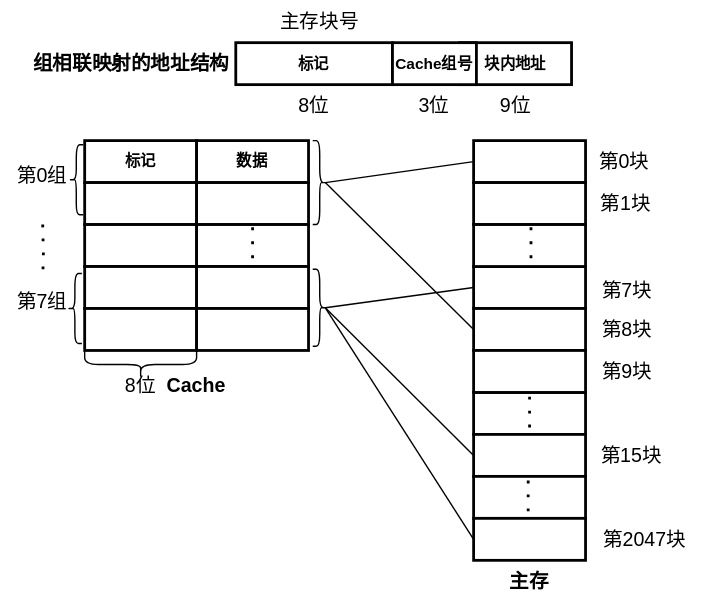
The draw.io diagram pictures/计算机组成原理-Cache-主存的组相联映射方式.drawio.svg in creatern/NoteBook, before a commit. Source tidied: cells renumbered, new cells last; positions are measured from the earlier drawing's top-left corner, leaving out a move shared by most shapes.
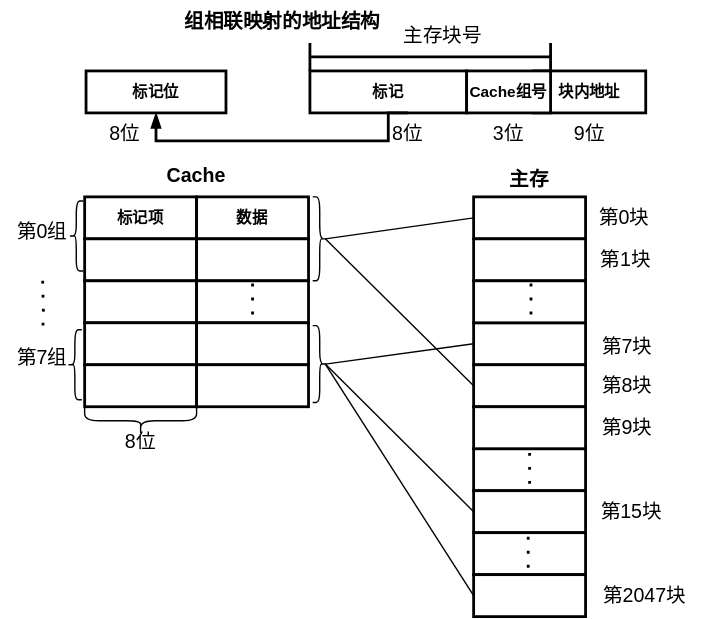
The same diagram one commit later.

Diff of the diagram source:
```diff
@@ -3,15 +3,15 @@
     <mxCell id="0" />
     <mxCell id="1" parent="0" />
     <mxCell id="2" value="标记" style="rounded=0;whiteSpace=wrap;html=1;fontFamily=Helvetica;fontSize=11;fontColor=default;fontStyle=1;strokeWidth=2;" parent="1" vertex="1">
-      <mxGeometry x="168" y="30" width="112" height="30" as="geometry" />
+      <mxGeometry x="221" y="10" width="112" height="30" as="geometry" />
     </mxCell>
     <mxCell id="3" value="块内地址" style="rounded=0;whiteSpace=wrap;html=1;fontFamily=Helvetica;fontSize=11;fontColor=default;fontStyle=1;strokeWidth=2;" parent="1" vertex="1">
-      <mxGeometry x="328" y="30" width="80" height="30" as="geometry" />
+      <mxGeometry x="381" y="10" width="80" height="30" as="geometry" />
     </mxCell>
     <mxCell id="4" value="&lt;b style=&quot;font-size: 14px;&quot;&gt;组相联映射的地址结构&lt;/b&gt;" style="text;html=1;align=center;verticalAlign=middle;strokeColor=none;fillColor=none;fontSize=14;fontFamily=Helvetica;fontColor=default;" parent="1" vertex="1">
-      <mxGeometry x="13" y="30" width="160" height="30" as="geometry" />
+      <mxGeometry x="121" y="-40" width="160" height="30" as="geometry" />
     </mxCell>
-    <mxCell id="5" value="标记" style="rounded=0;whiteSpace=wrap;html=1;fontFamily=Helvetica;fontSize=11;fontColor=default;fontStyle=1;strokeWidth=2;" parent="1" vertex="1">
+    <mxCell id="5" value="标记项" style="rounded=0;whiteSpace=wrap;html=1;fontFamily=Helvetica;fontSize=11;fontColor=default;fontStyle=1;strokeWidth=2;" parent="1" vertex="1">
       <mxGeometry x="60" y="100" width="80" height="30" as="geometry" />
     </mxCell>
     <mxCell id="6" value="数据" style="rounded=0;whiteSpace=wrap;html=1;fontFamily=Helvetica;fontSize=11;fontColor=default;fontStyle=1;strokeWidth=2;" parent="1" vertex="1">
@@ -53,7 +53,7 @@
       <mxGeometry y="200" width="60" height="30" as="geometry" />
     </mxCell>
     <mxCell id="18" value="Cache" style="text;html=1;strokeColor=none;fillColor=none;align=center;verticalAlign=middle;whiteSpace=wrap;rounded=0;fontSize=14;fontFamily=Helvetica;fontColor=default;fontStyle=1;" parent="1" vertex="1">
-      <mxGeometry x="110" y="260" width="60" height="30" as="geometry" />
+      <mxGeometry x="110" y="70" width="60" height="30" as="geometry" />
     </mxCell>
     <mxCell id="19" value="8位" style="text;html=1;strokeColor=none;fillColor=none;align=center;verticalAlign=middle;whiteSpace=wrap;rounded=0;fontSize=14;fontFamily=Helvetica;fontColor=default;" parent="1" vertex="1">
       <mxGeometry x="70" y="260" width="60" height="30" as="geometry" />
@@ -61,20 +61,28 @@
     <mxCell id="20" style="shape=curlyBracket;whiteSpace=wrap;html=1;rounded=1;flipH=1;labelPosition=right;verticalLabelPosition=middle;align=left;verticalAlign=middle;strokeColor=default;strokeWidth=1;fontFamily=Helvetica;fontSize=11;fontColor=default;fillColor=default;rotation=90;" parent="1" vertex="1">
       <mxGeometry x="90" y="220" width="20" height="80" as="geometry" />
     </mxCell>
+    <mxCell id="57" style="edgeStyle=orthogonalEdgeStyle;shape=connector;rounded=0;jettySize=auto;html=1;exitX=0.5;exitY=0;exitDx=0;exitDy=0;entryX=0.5;entryY=1;entryDx=0;entryDy=0;labelBackgroundColor=default;strokeColor=default;strokeWidth=2;fontFamily=Helvetica;fontSize=11;fontColor=default;endArrow=blockThin;endFill=1;" parent="1" edge="1" source="21" target="59">
+      <mxGeometry relative="1" as="geometry">
+        <Array as="points">
+          <mxPoint x="277" y="60" />
+          <mxPoint x="111" y="60" />
+        </Array>
+      </mxGeometry>
+    </mxCell>
     <mxCell id="21" value="8位" style="text;html=1;strokeColor=none;fillColor=none;align=center;verticalAlign=middle;whiteSpace=wrap;rounded=0;fontSize=14;fontFamily=Helvetica;fontColor=default;" parent="1" vertex="1">
-      <mxGeometry x="194" y="60" width="60" height="30" as="geometry" />
+      <mxGeometry x="261" y="40" width="60" height="30" as="geometry" />
     </mxCell>
     <mxCell id="22" value="主存块号" style="text;html=1;strokeColor=none;fillColor=none;align=center;verticalAlign=middle;whiteSpace=wrap;rounded=0;fontSize=14;fontFamily=Helvetica;fontColor=default;" parent="1" vertex="1">
-      <mxGeometry x="198" width="60" height="30" as="geometry" />
+      <mxGeometry x="286" y="-30" width="60" height="30" as="geometry" />
     </mxCell>
     <mxCell id="23" value="9位" style="text;html=1;strokeColor=none;fillColor=none;align=center;verticalAlign=middle;whiteSpace=wrap;rounded=0;fontSize=14;fontFamily=Helvetica;fontColor=default;" parent="1" vertex="1">
-      <mxGeometry x="338" y="60" width="60" height="30" as="geometry" />
+      <mxGeometry x="391" y="40" width="60" height="30" as="geometry" />
     </mxCell>
     <mxCell id="24" value="Cache组号" style="rounded=0;whiteSpace=wrap;html=1;fontFamily=Helvetica;fontSize=11;fontColor=default;fontStyle=1;strokeWidth=2;" parent="1" vertex="1">
-      <mxGeometry x="280" y="30" width="60" height="30" as="geometry" />
+      <mxGeometry x="333" y="10" width="60" height="30" as="geometry" />
     </mxCell>
     <mxCell id="25" value="3位" style="text;html=1;strokeColor=none;fillColor=none;align=center;verticalAlign=middle;whiteSpace=wrap;rounded=0;fontSize=14;fontFamily=Helvetica;fontColor=default;" parent="1" vertex="1">
-      <mxGeometry x="280" y="60" width="60" height="30" as="geometry" />
+      <mxGeometry x="333" y="40" width="60" height="30" as="geometry" />
     </mxCell>
     <mxCell id="26" style="shape=curlyBracket;whiteSpace=wrap;html=1;rounded=1;labelPosition=left;verticalLabelPosition=middle;align=right;verticalAlign=middle;strokeColor=default;strokeWidth=1;fontFamily=Helvetica;fontSize=11;fontColor=default;fillColor=default;" parent="1" vertex="1">
       <mxGeometry x="49" y="103" width="10" height="50" as="geometry" />
@@ -95,7 +103,7 @@
       </mxGeometry>
     </mxCell>
     <mxCell id="31" value="主存" style="text;html=1;strokeColor=none;fillColor=none;align=center;verticalAlign=middle;whiteSpace=wrap;rounded=0;fontSize=14;fontFamily=Helvetica;fontColor=default;fontStyle=1;" parent="1" vertex="1">
-      <mxGeometry x="348" y="400" width="60" height="30" as="geometry" />
+      <mxGeometry x="348" y="73" width="60" height="30" as="geometry" />
     </mxCell>
     <mxCell id="32" style="edgeStyle=none;shape=connector;rounded=0;jettySize=auto;html=1;exitX=0;exitY=0.5;exitDx=0;exitDy=0;entryX=0.1;entryY=0.5;entryDx=0;entryDy=0;entryPerimeter=0;labelBackgroundColor=default;strokeColor=default;strokeWidth=1;fontFamily=Helvetica;fontSize=11;fontColor=default;endArrow=none;endFill=0;" parent="1" edge="1" source="33" target="28">
       <mxGeometry relative="1" as="geometry" />
@@ -181,5 +189,14 @@
     <mxCell id="56" value="第15块" style="text;html=1;strokeColor=none;fillColor=none;align=center;verticalAlign=middle;whiteSpace=wrap;rounded=0;fontSize=14;fontFamily=Helvetica;fontColor=default;" parent="1" vertex="1">
       <mxGeometry x="421" y="310" width="60" height="30" as="geometry" />
     </mxCell>
+    <mxCell id="58" style="shape=crossbar;whiteSpace=wrap;html=1;rounded=1;fontFamily=Helvetica;fontSize=11;fontColor=default;strokeWidth=2;" parent="1" vertex="1">
+      <mxGeometry x="221" y="-10" width="172" height="20" as="geometry" />
+    </mxCell>
+    <mxCell id="59" value="标记位" style="rounded=0;whiteSpace=wrap;html=1;fontFamily=Helvetica;fontSize=11;fontColor=default;fontStyle=1;strokeWidth=2;" parent="1" vertex="1">
+      <mxGeometry x="61" y="10" width="100" height="30" as="geometry" />
+    </mxCell>
+    <mxCell id="60" value="8位" style="text;html=1;strokeColor=none;fillColor=none;align=center;verticalAlign=middle;whiteSpace=wrap;rounded=0;fontSize=14;fontFamily=Helvetica;fontColor=default;" parent="1" vertex="1">
+      <mxGeometry x="59" y="40" width="60" height="30" as="geometry" />
+    </mxCell>
   </root>
 </mxGraphModel>
```
